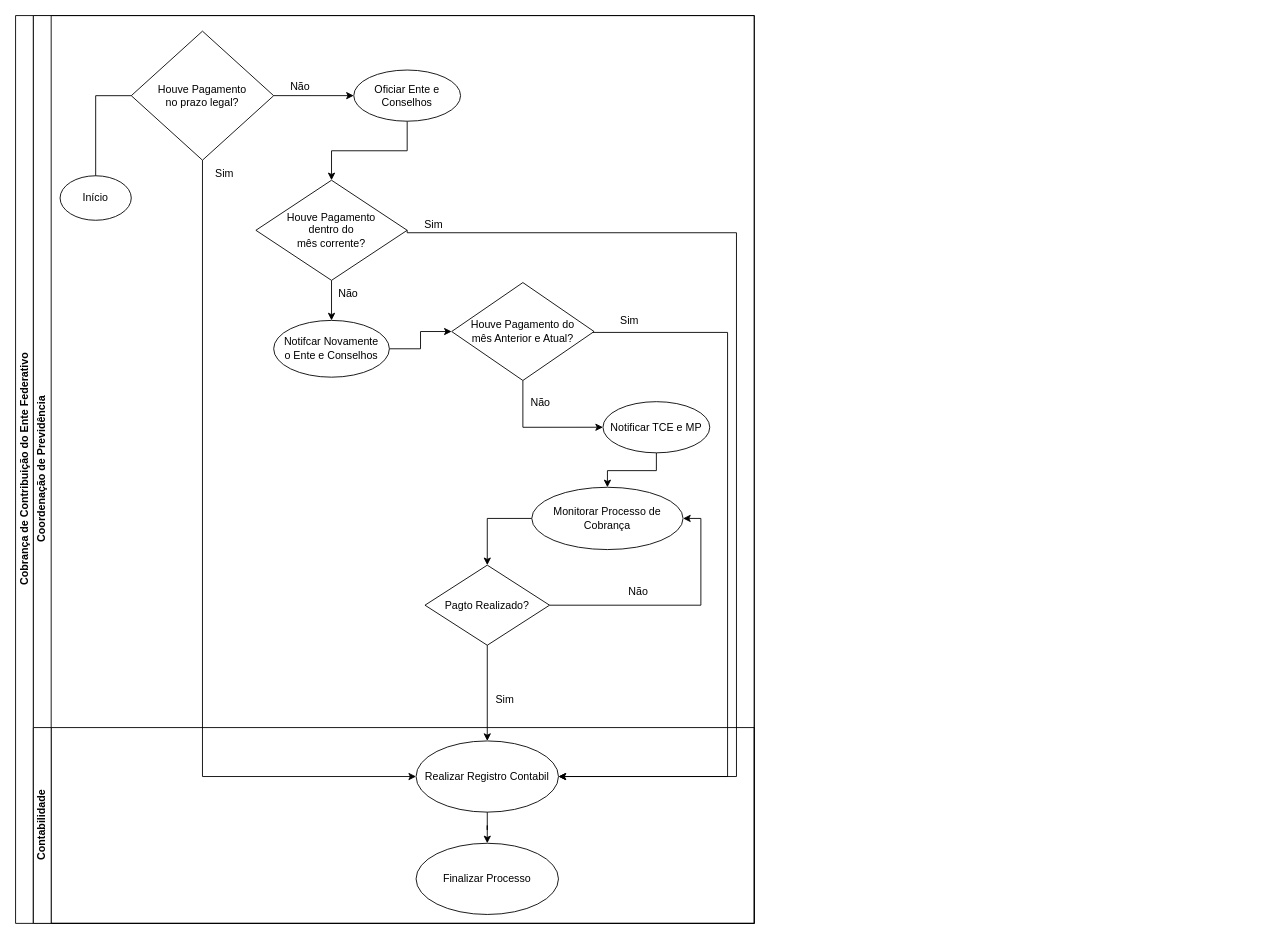
Before: CobrancaAtrasoDoEnte.drawio in Ramaniks/fluxogramas-toledoprev, a draw.io diagram. Source tidied: cells renumbered, new cells numbered last; positions are measured from the earlier drawing's top-left corner, leaving out a move shared by most shapes. Both pictures are drawn from the tidied source at 89%, with x=0, y=0 at pixel (15, 15).
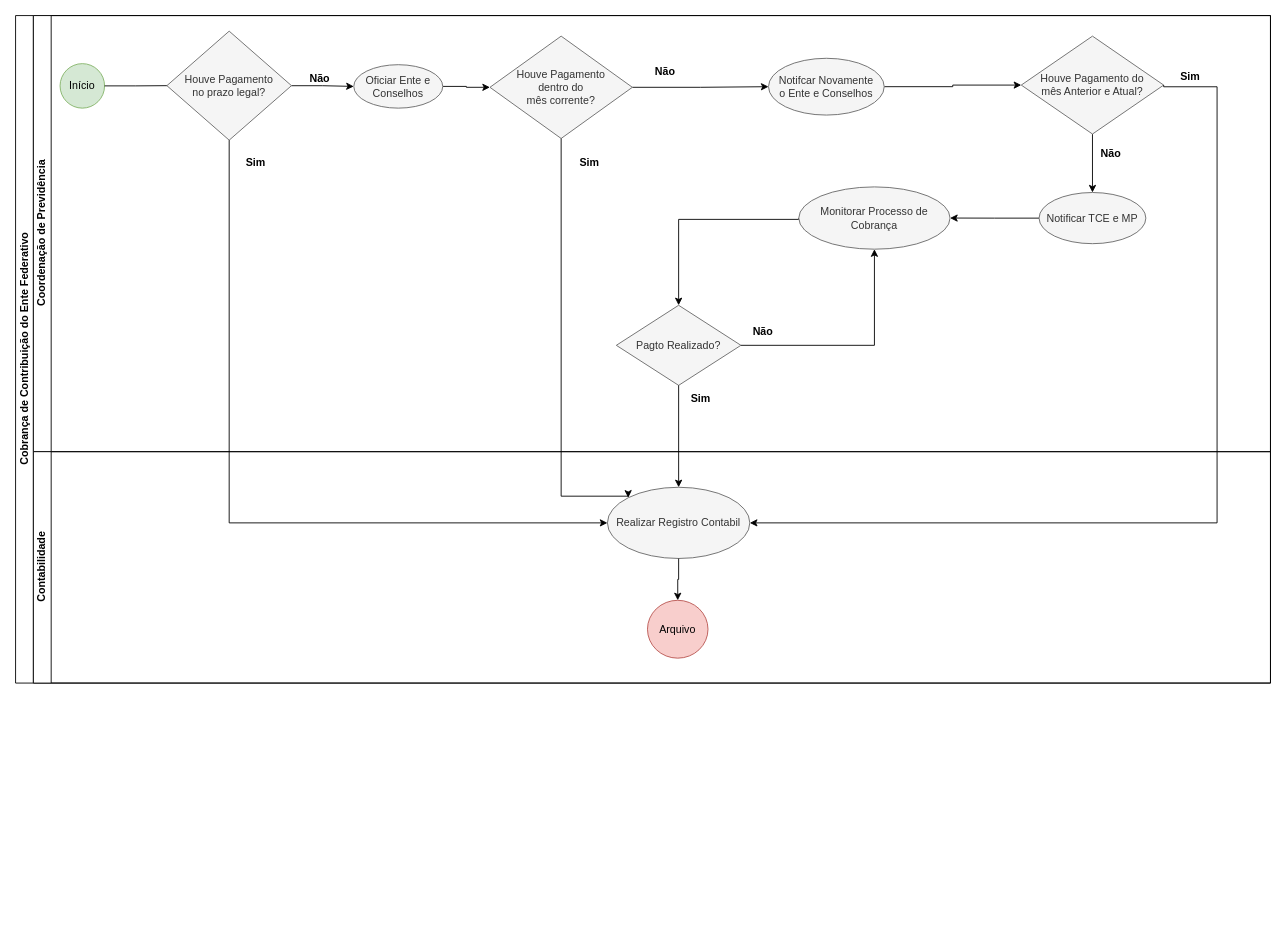
The same diagram, later.

Commit message (it also covers changes not shown here):
Inclusão de cores e alinhamentos.

Diff of the diagram source:
```diff
@@
     <mxCell id="2" value="Cobrança de Contribuição do Ente Federativo" style="swimlane;horizontal=0;startSize=20;html=1;" parent="1" vertex="1">
-      <mxGeometry width="830" height="1020" as="geometry" />
+      <mxGeometry width="1410" height="750" as="geometry" />
     </mxCell>
     <mxCell id="3" value="Coordenação de Previdência" style="swimlane;startSize=20;horizontal=0;html=1;" parent="2" vertex="1">
-      <mxGeometry x="20" width="810" height="1020" as="geometry" />
+      <mxGeometry x="20" width="1390" height="490" as="geometry" />
     </mxCell>
-    <mxCell id="4" value="Início" style="ellipse;whiteSpace=wrap;html=1;" parent="3" vertex="1">
-      <mxGeometry x="30" y="180" width="80" height="50" as="geometry" />
+    <mxCell id="4" value="Início" style="ellipse;whiteSpace=wrap;html=1;fillColor=#d5e8d4;strokeColor=#82b366;" parent="3" vertex="1">
+      <mxGeometry x="30" y="54" width="50" height="50" as="geometry" />
     </mxCell>
-    <mxCell id="5" style="edgeStyle=orthogonalEdgeStyle;rounded=0;jettySize=auto;html=1;entryX=0.5;entryY=0;entryDx=0;entryDy=0;" parent="3" edge="1" source="6" target="20">
+    <mxCell id="5" style="edgeStyle=orthogonalEdgeStyle;rounded=0;jettySize=auto;html=1;entryX=0;entryY=0.5;entryDx=0;entryDy=0;" parent="3" edge="1" source="6" target="20">
       <mxGeometry relative="1" as="geometry" />
     </mxCell>
-    <mxCell id="6" value="Oficiar Ente e Conselhos" style="ellipse;whiteSpace=wrap;html=1;" parent="3" vertex="1">
-      <mxGeometry x="360" y="61.2" width="120" height="57.5" as="geometry" />
+    <mxCell id="6" value="Oficiar Ente e Conselhos" style="ellipse;whiteSpace=wrap;html=1;fillColor=#f5f5f5;fontColor=#333333;strokeColor=#666666;" parent="3" vertex="1">
+      <mxGeometry x="360" y="55.2" width="100" height="48.8" as="geometry" />
     </mxCell>
@@
-    <mxCell id="8" value="Notifcar Novamente &lt;br&gt;o Ente e Conselhos" style="ellipse;whiteSpace=wrap;html=1;" parent="3" vertex="1">
-      <mxGeometry x="270" y="342.5" width="130" height="63.8" as="geometry" />
+    <mxCell id="8" value="Notifcar Novamente &lt;br&gt;o Ente e Conselhos" style="ellipse;whiteSpace=wrap;html=1;fillColor=#f5f5f5;fontColor=#333333;strokeColor=#666666;" parent="3" vertex="1">
+      <mxGeometry x="826" y="48" width="130" height="63.8" as="geometry" />
     </mxCell>
-    <mxCell id="9" style="edgeStyle=orthogonalEdgeStyle;rounded=0;jettySize=auto;html=1;exitX=0;exitY=0.5;exitDx=0;exitDy=0;" parent="3" edge="1" source="10" target="26">
-      <mxGeometry relative="1" as="geometry" />
+    <mxCell id="9" style="edgeStyle=orthogonalEdgeStyle;rounded=0;jettySize=auto;html=1;exitX=0;exitY=0.5;exitDx=0;exitDy=0;entryX=0.5;entryY=0;entryDx=0;entryDy=0;" parent="3" edge="1" source="10" target="26">
+      <mxGeometry relative="1" as="geometry">
+        <Array as="points">
+          <mxPoint x="725" y="229" />
+        </Array>
+      </mxGeometry>
     </mxCell>
-    <mxCell id="10" value="Monitorar Processo de Cobrança" style="ellipse;whiteSpace=wrap;html=1;" parent="3" vertex="1">
-      <mxGeometry x="560" y="530" width="170" height="70" as="geometry" />
+    <mxCell id="10" value="Monitorar Processo de Cobrança" style="ellipse;whiteSpace=wrap;html=1;fillColor=#f5f5f5;fontColor=#333333;strokeColor=#666666;" parent="3" vertex="1">
+      <mxGeometry x="860" y="192.5" width="170" height="70" as="geometry" />
     </mxCell>
@@
-    <mxCell id="13" value="Houve Pagamento &lt;br&gt;no prazo legal?" style="rhombus;whiteSpace=wrap;html=1;" parent="3" vertex="1">
-      <mxGeometry x="110" y="17.5" width="160" height="145" as="geometry" />
+    <mxCell id="13" value="Houve Pagamento &lt;br&gt;no prazo legal?" style="rhombus;whiteSpace=wrap;html=1;fillColor=#f5f5f5;fontColor=#333333;strokeColor=#666666;" parent="3" vertex="1">
+      <mxGeometry x="150" y="17.5" width="140" height="122.5" as="geometry" />
     </mxCell>
-    <mxCell id="14" value="Sim" style="text;html=1;strokeColor=none;fillColor=none;align=center;verticalAlign=middle;whiteSpace=wrap;rounded=0;" parent="3" vertex="1">
-      <mxGeometry x="185" y="162.5" width="60" height="30" as="geometry" />
+    <mxCell id="14" value="Sim" style="text;html=1;strokeColor=none;fillColor=none;align=center;verticalAlign=middle;whiteSpace=wrap;rounded=0;fontStyle=1;" parent="3" vertex="1">
+      <mxGeometry x="220" y="150" width="60" height="30" as="geometry" />
     </mxCell>
-    <mxCell id="15" value="Não" style="text;html=1;strokeColor=none;fillColor=none;align=center;verticalAlign=middle;whiteSpace=wrap;rounded=0;" parent="3" vertex="1">
-      <mxGeometry x="270" y="65" width="60" height="30" as="geometry" />
+    <mxCell id="15" value="Não" style="text;html=1;strokeColor=none;fillColor=none;align=center;verticalAlign=middle;whiteSpace=wrap;rounded=0;fontStyle=1;" parent="3" vertex="1">
+      <mxGeometry x="292" y="56" width="60" height="30" as="geometry" />
     </mxCell>
-    <mxCell id="16" value="Não" style="text;html=1;strokeColor=none;fillColor=none;align=center;verticalAlign=middle;whiteSpace=wrap;rounded=0;" parent="3" vertex="1">
-      <mxGeometry x="324" y="297.5" width="60" height="30" as="geometry" />
+    <mxCell id="16" value="Não" style="text;html=1;strokeColor=none;fillColor=none;align=center;verticalAlign=middle;whiteSpace=wrap;rounded=0;fontStyle=1;" parent="3" vertex="1">
+      <mxGeometry x="680" y="48" width="60" height="30" as="geometry" />
     </mxCell>
-    <mxCell id="17" style="edgeStyle=orthogonalEdgeStyle;rounded=0;jettySize=auto;html=1;entryX=0;entryY=0.5;entryDx=0;entryDy=0;exitX=0.5;exitY=1;exitDx=0;exitDy=0;" parent="3" edge="1" source="18" target="23">
+    <mxCell id="17" style="edgeStyle=orthogonalEdgeStyle;rounded=0;jettySize=auto;html=1;entryX=0.5;entryY=0;entryDx=0;entryDy=0;exitX=0.5;exitY=1;exitDx=0;exitDy=0;" parent="3" edge="1" source="18" target="23">
       <mxGeometry relative="1" as="geometry" />
     </mxCell>
-    <mxCell id="18" value="Houve Pagamento do &lt;br&gt;mês Anterior e Atual?" style="rhombus;whiteSpace=wrap;html=1;" parent="3" vertex="1">
-      <mxGeometry x="470" y="300" width="160" height="110" as="geometry" />
+    <mxCell id="18" value="Houve Pagamento do &lt;br&gt;mês Anterior e Atual?" style="rhombus;whiteSpace=wrap;html=1;fillColor=#f5f5f5;fontColor=#333333;strokeColor=#666666;" parent="3" vertex="1">
+      <mxGeometry x="1110" y="23.1" width="160" height="110" as="geometry" />
     </mxCell>
-    <mxCell id="19" style="edgeStyle=orthogonalEdgeStyle;rounded=0;jettySize=auto;html=1;entryX=0.5;entryY=0;entryDx=0;entryDy=0;" parent="3" edge="1" source="20" target="8">
+    <mxCell id="19" style="edgeStyle=orthogonalEdgeStyle;rounded=0;jettySize=auto;html=1;exitX=1;exitY=0.5;exitDx=0;exitDy=0;entryX=0;entryY=0.5;entryDx=0;entryDy=0;" parent="3" edge="1" source="20" target="8">
       <mxGeometry relative="1" as="geometry" />
     </mxCell>
-    <mxCell id="20" value="Houve Pagamento&lt;br&gt;dentro do &lt;br&gt;mês corrente?" style="rhombus;whiteSpace=wrap;html=1;" parent="3" vertex="1">
-      <mxGeometry x="250" y="185" width="170" height="112.5" as="geometry" />
+    <mxCell id="20" value="Houve Pagamento&lt;br&gt;dentro do &lt;br&gt;mês corrente?" style="rhombus;whiteSpace=wrap;html=1;fillColor=#f5f5f5;fontColor=#333333;strokeColor=#666666;" parent="3" vertex="1">
+      <mxGeometry x="513" y="23.1" width="160" height="115" as="geometry" />
     </mxCell>
-    <mxCell id="21" value="Sim" style="text;html=1;strokeColor=none;fillColor=none;align=center;verticalAlign=middle;whiteSpace=wrap;rounded=0;" parent="3" vertex="1">
-      <mxGeometry x="640" y="327.5" width="60" height="30" as="geometry" />
+    <mxCell id="21" value="Sim" style="text;html=1;strokeColor=none;fillColor=none;align=center;verticalAlign=middle;whiteSpace=wrap;rounded=0;fontStyle=1;" parent="3" vertex="1">
+      <mxGeometry x="1270" y="54" width="60" height="30" as="geometry" />
     </mxCell>
@@
-    <mxCell id="23" value="Notificar TCE e MP" style="ellipse;whiteSpace=wrap;html=1;" parent="3" vertex="1">
-      <mxGeometry x="640" y="433.8" width="120" height="57.5" as="geometry" />
+    <mxCell id="23" value="Notificar TCE e MP" style="ellipse;whiteSpace=wrap;html=1;fillColor=#f5f5f5;fontColor=#333333;strokeColor=#666666;" parent="3" vertex="1">
+      <mxGeometry x="1130" y="198.8" width="120" height="57.5" as="geometry" />
     </mxCell>
-    <mxCell id="24" value="Não" style="text;html=1;strokeColor=none;fillColor=none;align=center;verticalAlign=middle;whiteSpace=wrap;rounded=0;" parent="3" vertex="1">
-      <mxGeometry x="540" y="420" width="60" height="30" as="geometry" />
+    <mxCell id="24" value="Não" style="text;html=1;strokeColor=none;fillColor=none;align=center;verticalAlign=middle;whiteSpace=wrap;rounded=0;fontStyle=1;" parent="3" vertex="1">
+      <mxGeometry x="790" y="340" width="60" height="30" as="geometry" />
     </mxCell>
-    <mxCell id="25" style="edgeStyle=orthogonalEdgeStyle;rounded=0;jettySize=auto;html=1;entryX=1;entryY=0.5;entryDx=0;entryDy=0;exitX=1;exitY=0.5;exitDx=0;exitDy=0;" parent="3" edge="1" source="26" target="10">
+    <mxCell id="25" style="edgeStyle=orthogonalEdgeStyle;rounded=0;jettySize=auto;html=1;entryX=0.5;entryY=1;entryDx=0;entryDy=0;exitX=1;exitY=0.5;exitDx=0;exitDy=0;" parent="3" edge="1" source="26" target="10">
       <mxGeometry relative="1" as="geometry">
         <Array as="points">
-          <mxPoint x="750" y="662.5" />
-          <mxPoint x="750" y="565.5" />
+          <mxPoint x="945" y="371" />
         </Array>
       </mxGeometry>
     </mxCell>
-    <mxCell id="26" value="Pagto Realizado?" style="rhombus;whiteSpace=wrap;html=1;" parent="3" vertex="1">
-      <mxGeometry x="440" y="617.5" width="140" height="90" as="geometry" />
+    <mxCell id="26" value="Pagto Realizado?" style="rhombus;whiteSpace=wrap;html=1;fillColor=#f5f5f5;fontColor=#333333;strokeColor=#666666;" parent="3" vertex="1">
+      <mxGeometry x="655" y="325.5" width="140" height="90" as="geometry" />
     </mxCell>
-    <mxCell id="27" value="Não" style="text;html=1;strokeColor=none;fillColor=none;align=center;verticalAlign=middle;whiteSpace=wrap;rounded=0;" parent="3" vertex="1">
-      <mxGeometry x="650" y="632.5" width="60" height="30" as="geometry" />
+    <mxCell id="27" value="Não" style="text;html=1;strokeColor=none;fillColor=none;align=center;verticalAlign=middle;whiteSpace=wrap;rounded=0;fontStyle=1;" parent="3" vertex="1">
+      <mxGeometry x="1181" y="140" width="60" height="30" as="geometry" />
     </mxCell>
-    <mxCell id="28" value="Sim" style="text;html=1;strokeColor=none;fillColor=none;align=center;verticalAlign=middle;whiteSpace=wrap;rounded=0;" parent="3" vertex="1">
-      <mxGeometry x="500" y="753.8" width="60" height="30" as="geometry" />
+    <mxCell id="28" value="Sim" style="text;html=1;strokeColor=none;fillColor=none;align=center;verticalAlign=middle;whiteSpace=wrap;rounded=0;fontStyle=1;" parent="3" vertex="1">
+      <mxGeometry x="720" y="415.5" width="60" height="30" as="geometry" />
     </mxCell>
-    <mxCell id="29" value="Sim" style="text;html=1;strokeColor=none;fillColor=none;align=center;verticalAlign=middle;whiteSpace=wrap;rounded=0;" parent="3" vertex="1">
-      <mxGeometry x="420" y="220" width="60" height="30" as="geometry" />
+    <mxCell id="29" value="Sim" style="text;html=1;strokeColor=none;fillColor=none;align=center;verticalAlign=middle;whiteSpace=wrap;rounded=0;fontStyle=1;" parent="3" vertex="1">
+      <mxGeometry x="595" y="150" width="60" height="30" as="geometry" />
     </mxCell>
-    <mxCell id="30" value="Contabilidade" style="swimlane;startSize=20;horizontal=0;html=1;" parent="1" vertex="1">
-      <mxGeometry x="20" y="800" width="810" height="220" as="geometry" />
+    <mxCell id="30" value="Contabilidade" style="swimlane;startSize=20;horizontal=0;html=1;" parent="2" vertex="1">
+      <mxGeometry x="20" y="490" width="1390" height="260" as="geometry" />
     </mxCell>
+    <mxCell id="38" style="edgeStyle=orthogonalEdgeStyle;rounded=0;orthogonalLoop=1;jettySize=auto;html=1;entryX=1;entryY=0.5;entryDx=0;entryDy=0;exitX=1;exitY=0.5;exitDx=0;exitDy=0;" parent="30" edge="1">
+      <mxGeometry relative="1" as="geometry">
+        <mxPoint x="1460" y="652.5" as="targetPoint" />
+        <Array as="points">
+          <mxPoint x="750" y="662.5" />
+          <mxPoint x="750" y="565.5" />
+        </Array>
+      </mxGeometry>
+    </mxCell>
+    <mxCell id="32" value="Realizar Registro Contabil" style="ellipse;whiteSpace=wrap;html=1;fillColor=#f5f5f5;fontColor=#333333;strokeColor=#666666;" parent="30" vertex="1">
+      <mxGeometry x="645" y="40" width="160" height="80" as="geometry" />
+    </mxCell>
-    <mxCell id="31" value="Finalizar Processo" style="ellipse;whiteSpace=wrap;html=1;" parent="30" vertex="1">
-      <mxGeometry x="430" y="130" width="160" height="80" as="geometry" />
+    <mxCell id="31" value="Arquivo" style="ellipse;whiteSpace=wrap;html=1;fillColor=#f8cecc;strokeColor=#b85450;" parent="30" vertex="1">
+      <mxGeometry x="690" y="167" width="68" height="65" as="geometry" />
     </mxCell>
-    <mxCell id="32" value="Realizar Registro Contabil" style="ellipse;whiteSpace=wrap;html=1;" parent="30" vertex="1">
-      <mxGeometry x="430" y="15" width="160" height="80" as="geometry" />
-    </mxCell>
@@
+    <mxCell id="37" style="edgeStyle=orthogonalEdgeStyle;rounded=0;jettySize=auto;html=1;" parent="2" edge="1" source="26" target="32">
+      <mxGeometry relative="1" as="geometry" />
+    </mxCell>
+    <mxCell id="36" style="edgeStyle=orthogonalEdgeStyle;rounded=0;jettySize=auto;html=1;entryX=0;entryY=0.5;entryDx=0;entryDy=0;exitX=0.5;exitY=1;exitDx=0;exitDy=0;" parent="2" edge="1" source="13" target="32">
+      <mxGeometry relative="1" as="geometry">
+        <Array as="points">
+          <mxPoint x="240" y="570" />
+        </Array>
+      </mxGeometry>
+    </mxCell>
+    <mxCell id="35" style="edgeStyle=orthogonalEdgeStyle;rounded=0;jettySize=auto;html=1;entryX=0;entryY=0;entryDx=0;entryDy=0;exitX=0.5;exitY=1;exitDx=0;exitDy=0;" parent="2" edge="1" source="20" target="32">
+      <mxGeometry relative="1" as="geometry">
+        <Array as="points">
+          <mxPoint x="613" y="540" />
+          <mxPoint x="688" y="540" />
+        </Array>
+      </mxGeometry>
+    </mxCell>
-    <mxCell id="34" style="edgeStyle=orthogonalEdgeStyle;rounded=0;jettySize=auto;html=1;entryX=1;entryY=0.5;entryDx=0;entryDy=0;" parent="1" edge="1" source="18" target="32">
+    <mxCell id="34" style="edgeStyle=orthogonalEdgeStyle;rounded=0;jettySize=auto;html=1;entryX=1;entryY=0.5;entryDx=0;entryDy=0;exitX=1;exitY=0.5;exitDx=0;exitDy=0;" parent="2" edge="1" source="18" target="32">
       <mxGeometry relative="1" as="geometry">
         <Array as="points">
-          <mxPoint x="800" y="356" />
-          <mxPoint x="800" y="855" />
+          <mxPoint x="1290" y="80" />
+          <mxPoint x="1350" y="80" />
+          <mxPoint x="1350" y="570" />
         </Array>
       </mxGeometry>
     </mxCell>
-    <mxCell id="35" style="edgeStyle=orthogonalEdgeStyle;rounded=0;jettySize=auto;html=1;entryX=1;entryY=0.5;entryDx=0;entryDy=0;exitX=1;exitY=0.5;exitDx=0;exitDy=0;" parent="1" edge="1" source="20" target="32">
-      <mxGeometry relative="1" as="geometry">
-        <Array as="points">
-          <mxPoint x="440" y="244" />
-          <mxPoint x="810" y="244" />
-          <mxPoint x="810" y="855" />
-        </Array>
-      </mxGeometry>
-    </mxCell>
-    <mxCell id="36" style="edgeStyle=orthogonalEdgeStyle;rounded=0;jettySize=auto;html=1;entryX=0;entryY=0.5;entryDx=0;entryDy=0;exitX=0.5;exitY=1;exitDx=0;exitDy=0;" parent="1" edge="1" source="13" target="32">
-      <mxGeometry relative="1" as="geometry">
-        <Array as="points">
-          <mxPoint x="210" y="855" />
-        </Array>
-      </mxGeometry>
-    </mxCell>
-    <mxCell id="37" style="edgeStyle=orthogonalEdgeStyle;rounded=0;jettySize=auto;html=1;" parent="1" edge="1" source="26" target="32">
-      <mxGeometry relative="1" as="geometry" />
-    </mxCell>
```
